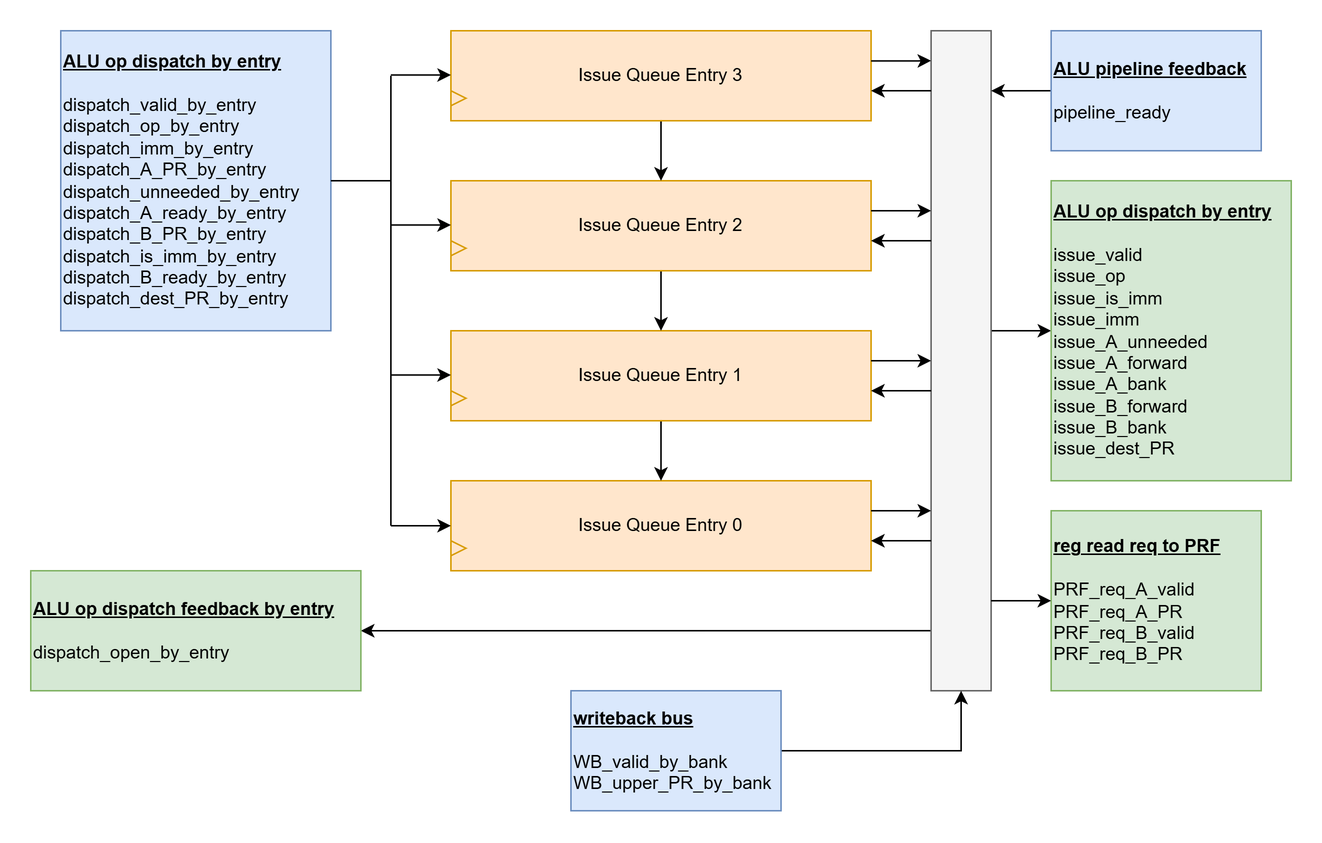
This is spec/design/alu_iq_rtl.png from zlagpacan/LOROF, a draw.io export, as it was before one commit. Source tidied: cells renumbered, new cells last; positions are measured from the earlier drawing's top-left corner, leaving out a move shared by most shapes. Its diagram source:
```xml
<mxGraphModel>
  <root>
    <mxCell id="0" />
    <mxCell id="1" parent="0" />
    <mxCell id="2" value="Issue Queue Entry 0" style="rounded=0;whiteSpace=wrap;html=1;fillColor=#ffe6cc;strokeColor=#d79b00;" parent="1" vertex="1">
      <mxGeometry x="280" y="300" width="280" height="60" as="geometry" />
    </mxCell>
    <mxCell id="3" style="endArrow=classic;html=1;rounded=0;entryX=0;entryY=0.5;entryDx=0;entryDy=0;" parent="1" edge="1" target="2">
      <mxGeometry relative="1" as="geometry">
        <mxPoint x="240" y="330" as="sourcePoint" />
      </mxGeometry>
    </mxCell>
    <mxCell id="4" style="triangle;whiteSpace=wrap;html=1;fillColor=#ffe6cc;strokeColor=#d79b00;" parent="1" vertex="1">
      <mxGeometry x="280" y="340" width="10" height="10" as="geometry" />
    </mxCell>
    <mxCell id="5" style="edgeStyle=orthogonalEdgeStyle;rounded=0;jettySize=auto;html=1;exitX=0.5;exitY=1;exitDx=0;exitDy=0;entryX=0.5;entryY=0;entryDx=0;entryDy=0;" parent="1" edge="1" source="6" target="2">
      <mxGeometry relative="1" as="geometry" />
    </mxCell>
    <mxCell id="6" value="Issue Queue Entry 1" style="rounded=0;whiteSpace=wrap;html=1;fillColor=#ffe6cc;strokeColor=#d79b00;" parent="1" vertex="1">
      <mxGeometry x="280" y="200" width="280" height="60" as="geometry" />
    </mxCell>
    <mxCell id="7" style="triangle;whiteSpace=wrap;html=1;fillColor=#ffe6cc;strokeColor=#d79b00;" parent="1" vertex="1">
      <mxGeometry x="280" y="240" width="10" height="10" as="geometry" />
    </mxCell>
    <mxCell id="8" style="edgeStyle=orthogonalEdgeStyle;rounded=0;jettySize=auto;html=1;exitX=0.5;exitY=1;exitDx=0;exitDy=0;entryX=0.5;entryY=0;entryDx=0;entryDy=0;" parent="1" edge="1" source="9" target="6">
      <mxGeometry relative="1" as="geometry" />
    </mxCell>
    <mxCell id="9" value="Issue Queue Entry 2" style="rounded=0;whiteSpace=wrap;html=1;fillColor=#ffe6cc;strokeColor=#d79b00;" parent="1" vertex="1">
      <mxGeometry x="280" y="100" width="280" height="60" as="geometry" />
    </mxCell>
    <mxCell id="10" style="triangle;whiteSpace=wrap;html=1;fillColor=#ffe6cc;strokeColor=#d79b00;" parent="1" vertex="1">
      <mxGeometry x="280" y="140" width="10" height="10" as="geometry" />
    </mxCell>
    <mxCell id="11" style="edgeStyle=orthogonalEdgeStyle;rounded=0;jettySize=auto;html=1;exitX=0.5;exitY=1;exitDx=0;exitDy=0;entryX=0.5;entryY=0;entryDx=0;entryDy=0;" parent="1" edge="1" source="12" target="9">
      <mxGeometry relative="1" as="geometry" />
    </mxCell>
    <mxCell id="12" value="Issue Queue Entry 3" style="rounded=0;whiteSpace=wrap;html=1;fillColor=#ffe6cc;strokeColor=#d79b00;" parent="1" vertex="1">
      <mxGeometry x="280" width="280" height="60" as="geometry" />
    </mxCell>
    <mxCell id="13" style="triangle;whiteSpace=wrap;html=1;fillColor=#ffe6cc;strokeColor=#d79b00;" parent="1" vertex="1">
      <mxGeometry x="280" y="40" width="10" height="10" as="geometry" />
    </mxCell>
    <mxCell id="14" style="endArrow=classic;html=1;rounded=0;entryX=0;entryY=0.5;entryDx=0;entryDy=0;" parent="1" edge="1">
      <mxGeometry relative="1" as="geometry">
        <mxPoint x="240" y="229.5" as="sourcePoint" />
        <mxPoint x="280" y="229.5" as="targetPoint" />
      </mxGeometry>
    </mxCell>
    <mxCell id="15" style="endArrow=classic;html=1;rounded=0;entryX=0;entryY=0.5;entryDx=0;entryDy=0;" parent="1" edge="1">
      <mxGeometry relative="1" as="geometry">
        <mxPoint x="240" y="129.5" as="sourcePoint" />
        <mxPoint x="280" y="129.5" as="targetPoint" />
      </mxGeometry>
    </mxCell>
    <mxCell id="16" style="endArrow=classic;html=1;rounded=0;entryX=0;entryY=0.5;entryDx=0;entryDy=0;" parent="1" edge="1">
      <mxGeometry relative="1" as="geometry">
        <mxPoint x="240" y="29.5" as="sourcePoint" />
        <mxPoint x="280" y="29.5" as="targetPoint" />
      </mxGeometry>
    </mxCell>
    <mxCell id="17" style="edgeStyle=orthogonalEdgeStyle;rounded=0;jettySize=auto;html=1;entryX=1;entryY=0.5;entryDx=0;entryDy=0;exitX=0;exitY=0.909;exitDx=0;exitDy=0;exitPerimeter=0;" parent="1" edge="1" source="19" target="33">
      <mxGeometry relative="1" as="geometry" />
    </mxCell>
    <mxCell id="18" style="edgeStyle=orthogonalEdgeStyle;rounded=0;jettySize=auto;html=1;entryX=0;entryY=0.5;entryDx=0;entryDy=0;" parent="1" edge="1" target="36">
      <mxGeometry relative="1" as="geometry">
        <mxPoint x="640" y="200" as="sourcePoint" />
        <Array as="points">
          <mxPoint x="680" y="200" />
          <mxPoint x="680" y="200" />
        </Array>
      </mxGeometry>
    </mxCell>
    <mxCell id="19" style="rounded=0;whiteSpace=wrap;html=1;fillColor=#f5f5f5;fontColor=#333333;strokeColor=#666666;" parent="1" vertex="1">
      <mxGeometry x="600" width="40" height="440" as="geometry" />
    </mxCell>
    <mxCell id="20" style="edgeStyle=orthogonalEdgeStyle;rounded=0;orthogonalLoop=1;jettySize=auto;html=1;exitX=1;exitY=0.5;exitDx=0;exitDy=0;" parent="1" edge="1">
      <mxGeometry relative="1" as="geometry">
        <mxPoint x="560" y="20.1" as="sourcePoint" />
        <mxPoint x="600" y="20" as="targetPoint" />
        <Array as="points">
          <mxPoint x="590" y="20.1" />
          <mxPoint x="590" y="20.1" />
        </Array>
      </mxGeometry>
    </mxCell>
    <mxCell id="21" style="edgeStyle=orthogonalEdgeStyle;rounded=0;orthogonalLoop=1;jettySize=auto;html=1;" parent="1" edge="1">
      <mxGeometry relative="1" as="geometry">
        <mxPoint x="600" y="40" as="sourcePoint" />
        <mxPoint x="560" y="40" as="targetPoint" />
        <Array as="points">
          <mxPoint x="560" y="40" />
          <mxPoint x="560" y="40" />
        </Array>
      </mxGeometry>
    </mxCell>
    <mxCell id="22" style="edgeStyle=orthogonalEdgeStyle;rounded=0;orthogonalLoop=1;jettySize=auto;html=1;exitX=1;exitY=0.5;exitDx=0;exitDy=0;" parent="1" edge="1">
      <mxGeometry relative="1" as="geometry">
        <mxPoint x="560" y="120" as="sourcePoint" />
        <mxPoint x="600" y="120" as="targetPoint" />
        <Array as="points">
          <mxPoint x="590" y="120" />
          <mxPoint x="590" y="120" />
        </Array>
      </mxGeometry>
    </mxCell>
    <mxCell id="23" style="edgeStyle=orthogonalEdgeStyle;rounded=0;orthogonalLoop=1;jettySize=auto;html=1;" parent="1" edge="1">
      <mxGeometry relative="1" as="geometry">
        <mxPoint x="600" y="140" as="sourcePoint" />
        <mxPoint x="560" y="140" as="targetPoint" />
        <Array as="points">
          <mxPoint x="560" y="140" />
          <mxPoint x="560" y="140" />
        </Array>
      </mxGeometry>
    </mxCell>
    <mxCell id="24" style="edgeStyle=orthogonalEdgeStyle;rounded=0;orthogonalLoop=1;jettySize=auto;html=1;" parent="1" edge="1">
      <mxGeometry relative="1" as="geometry">
        <mxPoint x="560" y="220" as="sourcePoint" />
        <mxPoint x="600" y="220" as="targetPoint" />
        <Array as="points">
          <mxPoint x="590" y="219.8" />
          <mxPoint x="590" y="219.8" />
        </Array>
      </mxGeometry>
    </mxCell>
    <mxCell id="25" style="edgeStyle=orthogonalEdgeStyle;rounded=0;orthogonalLoop=1;jettySize=auto;html=1;" parent="1" edge="1">
      <mxGeometry relative="1" as="geometry">
        <mxPoint x="600" y="240" as="sourcePoint" />
        <mxPoint x="560" y="240" as="targetPoint" />
        <Array as="points">
          <mxPoint x="560" y="239.8" />
          <mxPoint x="560" y="239.8" />
        </Array>
      </mxGeometry>
    </mxCell>
    <mxCell id="26" style="edgeStyle=orthogonalEdgeStyle;rounded=0;orthogonalLoop=1;jettySize=auto;html=1;" parent="1" edge="1">
      <mxGeometry relative="1" as="geometry">
        <mxPoint x="560" y="320" as="sourcePoint" />
        <mxPoint x="600" y="320" as="targetPoint" />
        <Array as="points">
          <mxPoint x="590" y="319.7" />
          <mxPoint x="590" y="319.7" />
        </Array>
      </mxGeometry>
    </mxCell>
    <mxCell id="27" style="edgeStyle=orthogonalEdgeStyle;rounded=0;orthogonalLoop=1;jettySize=auto;html=1;" parent="1" edge="1">
      <mxGeometry relative="1" as="geometry">
        <mxPoint x="600" y="340" as="sourcePoint" />
        <mxPoint x="560" y="340" as="targetPoint" />
        <Array as="points">
          <mxPoint x="560" y="339.7" />
          <mxPoint x="560" y="339.7" />
        </Array>
      </mxGeometry>
    </mxCell>
    <mxCell id="28" value="&lt;u&gt;&lt;b&gt;ALU op dispatch by entry&lt;/b&gt;&lt;/u&gt;&lt;div&gt;&lt;br&gt;&lt;/div&gt;&lt;div&gt;dispatch_valid_by_entry&lt;/div&gt;&lt;div&gt;dispatch_op_by_entry&lt;/div&gt;&lt;div&gt;dispatch_imm_by_entry&lt;/div&gt;&lt;div&gt;dispatch_A_PR_by_entry&lt;/div&gt;&lt;div&gt;dispatch_unneeded_by_entry&lt;/div&gt;&lt;div&gt;dispatch_A_ready_by_entry&lt;/div&gt;&lt;div&gt;dispatch_B_PR_by_entry&lt;/div&gt;&lt;div&gt;dispatch_is_imm_by_entry&lt;/div&gt;&lt;div&gt;dispatch_B_ready_by_entry&lt;/div&gt;&lt;div&gt;dispatch_dest_PR_by_entry&lt;/div&gt;" style="text;html=1;align=left;verticalAlign=middle;whiteSpace=wrap;rounded=0;fillColor=#dae8fc;strokeColor=#6c8ebf;" parent="1" vertex="1">
      <mxGeometry x="20" width="180" height="200" as="geometry" />
    </mxCell>
    <mxCell id="29" style="endArrow=none;html=1;rounded=0;" parent="1" edge="1">
      <mxGeometry relative="1" as="geometry">
        <mxPoint x="240" y="330" as="sourcePoint" />
        <mxPoint x="240" y="30" as="targetPoint" />
      </mxGeometry>
    </mxCell>
    <mxCell id="30" style="endArrow=none;html=1;rounded=0;exitX=1;exitY=0.5;exitDx=0;exitDy=0;" parent="1" edge="1" source="28">
      <mxGeometry relative="1" as="geometry">
        <mxPoint x="240" y="100" as="targetPoint" />
      </mxGeometry>
    </mxCell>
    <mxCell id="31" style="edgeStyle=orthogonalEdgeStyle;rounded=0;jettySize=auto;html=1;exitX=0;exitY=0.5;exitDx=0;exitDy=0;entryX=1;entryY=0.091;entryDx=0;entryDy=0;entryPerimeter=0;" parent="1" edge="1" source="32" target="19">
      <mxGeometry relative="1" as="geometry">
        <Array as="points">
          <mxPoint x="680" y="40" />
          <mxPoint x="680" y="40" />
        </Array>
      </mxGeometry>
    </mxCell>
    <mxCell id="32" value="&lt;b&gt;&lt;u&gt;ALU pipeline feedback&lt;/u&gt;&lt;/b&gt;&lt;div&gt;&lt;b&gt;&lt;u&gt;&lt;br&gt;&lt;/u&gt;&lt;/b&gt;&lt;/div&gt;&lt;div&gt;pipeline_ready&lt;/div&gt;" style="text;html=1;align=left;verticalAlign=middle;whiteSpace=wrap;rounded=0;fillColor=#dae8fc;strokeColor=#6c8ebf;" parent="1" vertex="1">
      <mxGeometry x="680" width="140" height="80" as="geometry" />
    </mxCell>
    <mxCell id="33" value="&lt;b&gt;&lt;u&gt;ALU op dispatch feedback by entry&lt;/u&gt;&lt;/b&gt;&lt;div&gt;&lt;b&gt;&lt;u&gt;&lt;br&gt;&lt;/u&gt;&lt;/b&gt;&lt;/div&gt;&lt;div&gt;dispatch_open_by_entry&lt;/div&gt;" style="text;html=1;align=left;verticalAlign=middle;whiteSpace=wrap;rounded=0;fillColor=#d5e8d4;strokeColor=#82b366;" parent="1" vertex="1">
      <mxGeometry y="360" width="220" height="80" as="geometry" />
    </mxCell>
    <mxCell id="34" style="edgeStyle=orthogonalEdgeStyle;rounded=0;jettySize=auto;html=1;exitX=1;exitY=0.5;exitDx=0;exitDy=0;entryX=0.5;entryY=1;entryDx=0;entryDy=0;" parent="1" edge="1" source="35" target="19">
      <mxGeometry relative="1" as="geometry" />
    </mxCell>
    <mxCell id="35" value="&lt;div&gt;&lt;b&gt;&lt;u&gt;writeback bus&lt;/u&gt;&lt;/b&gt;&lt;/div&gt;&lt;div&gt;&lt;b&gt;&lt;u&gt;&lt;br&gt;&lt;/u&gt;&lt;/b&gt;&lt;/div&gt;&lt;div&gt;WB_valid_by_bank&lt;/div&gt;&lt;div&gt;WB_upper_PR_by_bank&lt;/div&gt;" style="text;html=1;align=left;verticalAlign=middle;whiteSpace=wrap;rounded=0;fillColor=#dae8fc;strokeColor=#6c8ebf;" parent="1" vertex="1">
      <mxGeometry x="360" y="440" width="140" height="80" as="geometry" />
    </mxCell>
    <mxCell id="36" value="&lt;u&gt;&lt;b&gt;ALU op dispatch by entry&lt;/b&gt;&lt;/u&gt;&lt;div&gt;&lt;br&gt;&lt;/div&gt;&lt;div&gt;issue_valid&lt;/div&gt;&lt;div&gt;issue_op&lt;/div&gt;issue_is_imm&lt;div&gt;issue_imm&lt;/div&gt;&lt;div&gt;issue_A_unneeded&lt;/div&gt;&lt;div&gt;issue_A_forward&lt;/div&gt;&lt;div&gt;issue_A_bank&lt;/div&gt;&lt;div&gt;issue_B_forward&lt;/div&gt;&lt;div&gt;issue_B_bank&lt;/div&gt;&lt;div&gt;issue_dest_PR&lt;/div&gt;" style="text;html=1;align=left;verticalAlign=middle;whiteSpace=wrap;rounded=0;fillColor=#d5e8d4;strokeColor=#82b366;" parent="1" vertex="1">
      <mxGeometry x="680" y="100" width="160" height="200" as="geometry" />
    </mxCell>
    <mxCell id="37" value="&lt;b&gt;&lt;u&gt;reg read req to PRF&lt;/u&gt;&lt;/b&gt;&lt;div&gt;&lt;b&gt;&lt;u&gt;&lt;br&gt;&lt;/u&gt;&lt;/b&gt;&lt;/div&gt;&lt;div&gt;PRF_req_A_valid&lt;/div&gt;&lt;div&gt;PRF_req_A_PR&lt;/div&gt;&lt;div&gt;PRF_req_B_valid&lt;/div&gt;&lt;div&gt;PRF_req_B_PR&lt;/div&gt;" style="text;html=1;align=left;verticalAlign=middle;whiteSpace=wrap;rounded=0;fillColor=#d5e8d4;strokeColor=#82b366;" parent="1" vertex="1">
      <mxGeometry x="680" y="320" width="140" height="120" as="geometry" />
    </mxCell>
    <mxCell id="38" style="endArrow=classic;html=1;rounded=0;entryX=0;entryY=0.5;entryDx=0;entryDy=0;" parent="1" edge="1" target="37">
      <mxGeometry relative="1" as="geometry">
        <mxPoint x="640" y="380" as="sourcePoint" />
      </mxGeometry>
    </mxCell>
  </root>
</mxGraphModel>
```
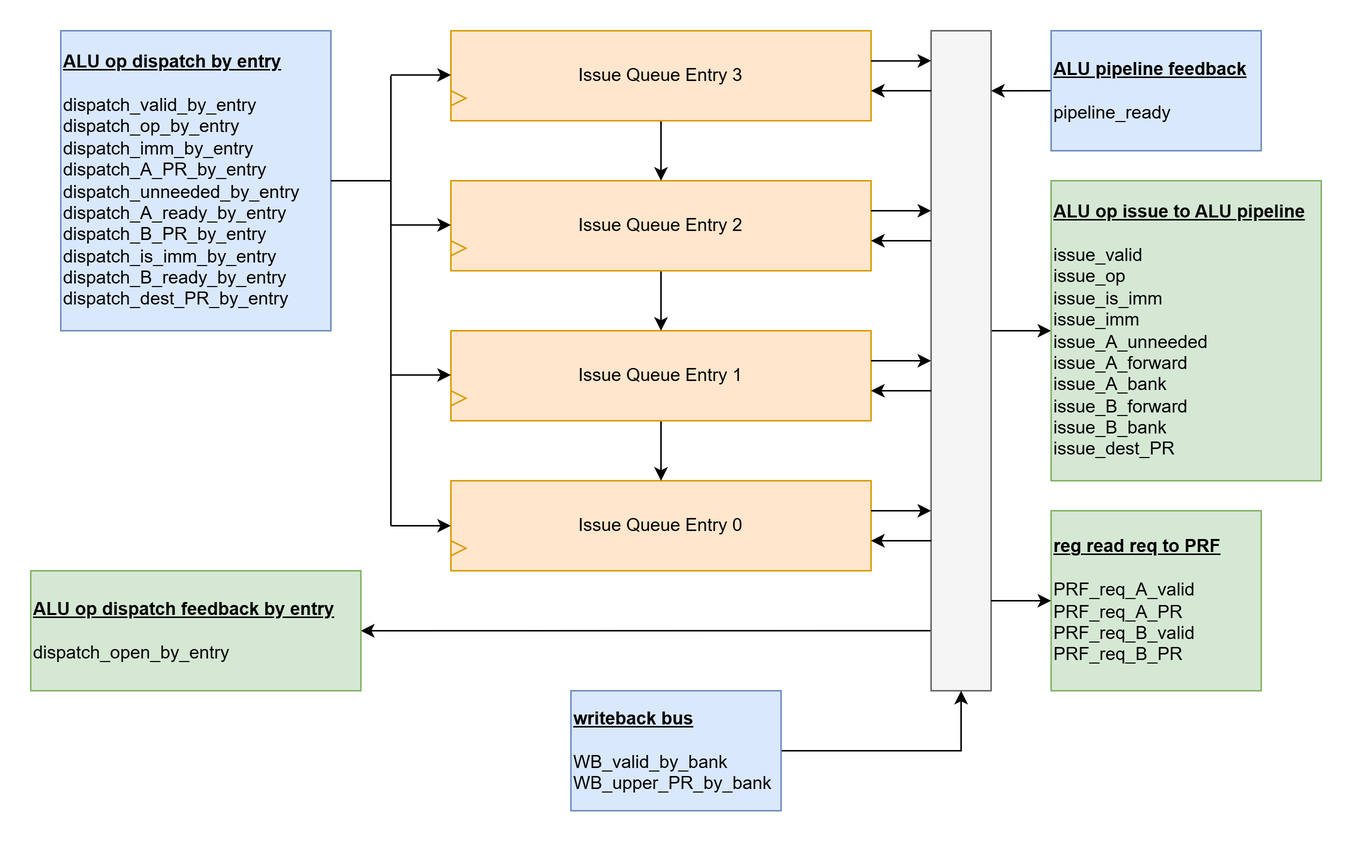
The same file after the commit.

The edit, as a diff of the source:
```diff
@@ -187,8 +187,8 @@
     <mxCell id="35" value="&lt;div&gt;&lt;b&gt;&lt;u&gt;writeback bus&lt;/u&gt;&lt;/b&gt;&lt;/div&gt;&lt;div&gt;&lt;b&gt;&lt;u&gt;&lt;br&gt;&lt;/u&gt;&lt;/b&gt;&lt;/div&gt;&lt;div&gt;WB_valid_by_bank&lt;/div&gt;&lt;div&gt;WB_upper_PR_by_bank&lt;/div&gt;" style="text;html=1;align=left;verticalAlign=middle;whiteSpace=wrap;rounded=0;fillColor=#dae8fc;strokeColor=#6c8ebf;" parent="1" vertex="1">
       <mxGeometry x="360" y="440" width="140" height="80" as="geometry" />
     </mxCell>
-    <mxCell id="36" value="&lt;u&gt;&lt;b&gt;ALU op dispatch by entry&lt;/b&gt;&lt;/u&gt;&lt;div&gt;&lt;br&gt;&lt;/div&gt;&lt;div&gt;issue_valid&lt;/div&gt;&lt;div&gt;issue_op&lt;/div&gt;issue_is_imm&lt;div&gt;issue_imm&lt;/div&gt;&lt;div&gt;issue_A_unneeded&lt;/div&gt;&lt;div&gt;issue_A_forward&lt;/div&gt;&lt;div&gt;issue_A_bank&lt;/div&gt;&lt;div&gt;issue_B_forward&lt;/div&gt;&lt;div&gt;issue_B_bank&lt;/div&gt;&lt;div&gt;issue_dest_PR&lt;/div&gt;" style="text;html=1;align=left;verticalAlign=middle;whiteSpace=wrap;rounded=0;fillColor=#d5e8d4;strokeColor=#82b366;" parent="1" vertex="1">
-      <mxGeometry x="680" y="100" width="160" height="200" as="geometry" />
+    <mxCell id="36" value="&lt;u&gt;&lt;b&gt;ALU op issue to ALU pipeline&lt;/b&gt;&lt;/u&gt;&lt;div&gt;&lt;br&gt;&lt;/div&gt;&lt;div&gt;issue_valid&lt;/div&gt;&lt;div&gt;issue_op&lt;/div&gt;issue_is_imm&lt;div&gt;issue_imm&lt;/div&gt;&lt;div&gt;issue_A_unneeded&lt;/div&gt;&lt;div&gt;issue_A_forward&lt;/div&gt;&lt;div&gt;issue_A_bank&lt;/div&gt;&lt;div&gt;issue_B_forward&lt;/div&gt;&lt;div&gt;issue_B_bank&lt;/div&gt;&lt;div&gt;issue_dest_PR&lt;/div&gt;" style="text;html=1;align=left;verticalAlign=middle;whiteSpace=wrap;rounded=0;fillColor=#d5e8d4;strokeColor=#82b366;" parent="1" vertex="1">
+      <mxGeometry x="680" y="100" width="180" height="200" as="geometry" />
     </mxCell>
     <mxCell id="37" value="&lt;b&gt;&lt;u&gt;reg read req to PRF&lt;/u&gt;&lt;/b&gt;&lt;div&gt;&lt;b&gt;&lt;u&gt;&lt;br&gt;&lt;/u&gt;&lt;/b&gt;&lt;/div&gt;&lt;div&gt;PRF_req_A_valid&lt;/div&gt;&lt;div&gt;PRF_req_A_PR&lt;/div&gt;&lt;div&gt;PRF_req_B_valid&lt;/div&gt;&lt;div&gt;PRF_req_B_PR&lt;/div&gt;" style="text;html=1;align=left;verticalAlign=middle;whiteSpace=wrap;rounded=0;fillColor=#d5e8d4;strokeColor=#82b366;" parent="1" vertex="1">
       <mxGeometry x="680" y="320" width="140" height="120" as="geometry" />
```
